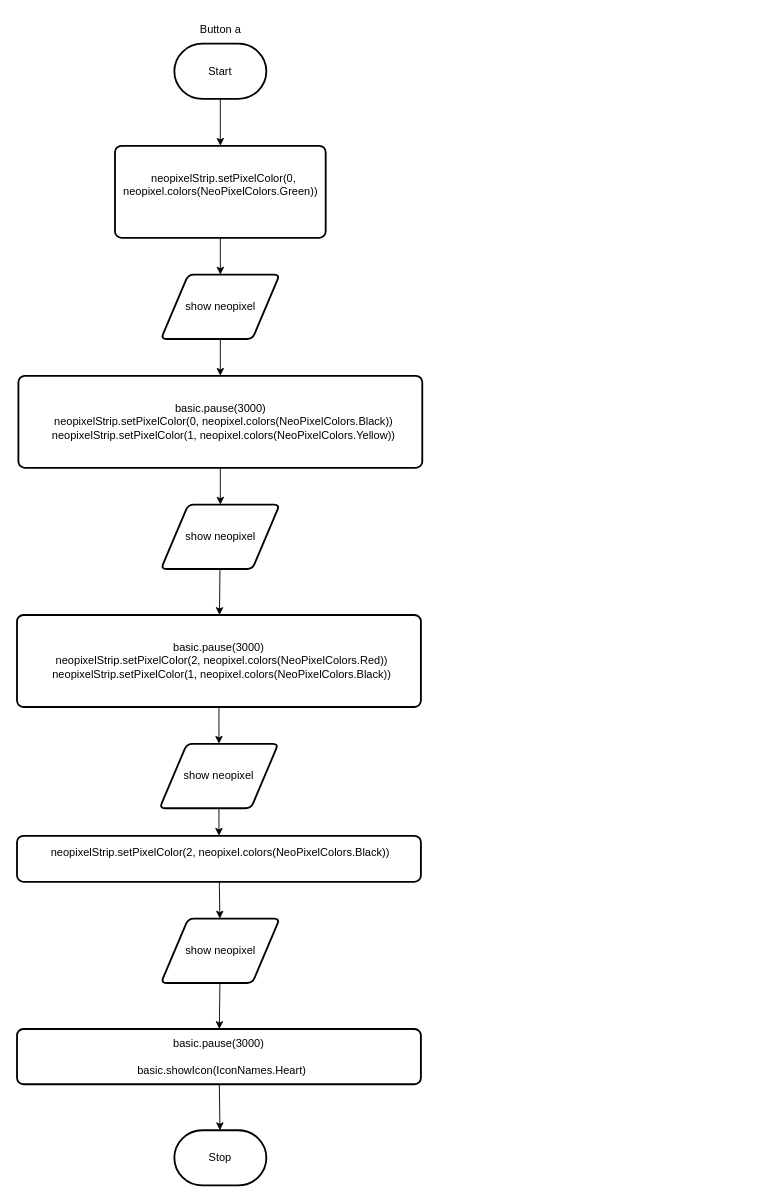
Above: design/flowchart.drawio in MTHS-TEJ2O-1-2023/TEJ2O-Unit-5-05-sophie-nguyen-0 (draw.io), before the change. Source tidied: cells renumbered, new cells numbered last; positions are measured from the earlier drawing's top-left corner, leaving out a move shared by most shapes. Both pictures are drawn from the tidied source at 92%, with x=0, y=0 at pixel (17, 16).
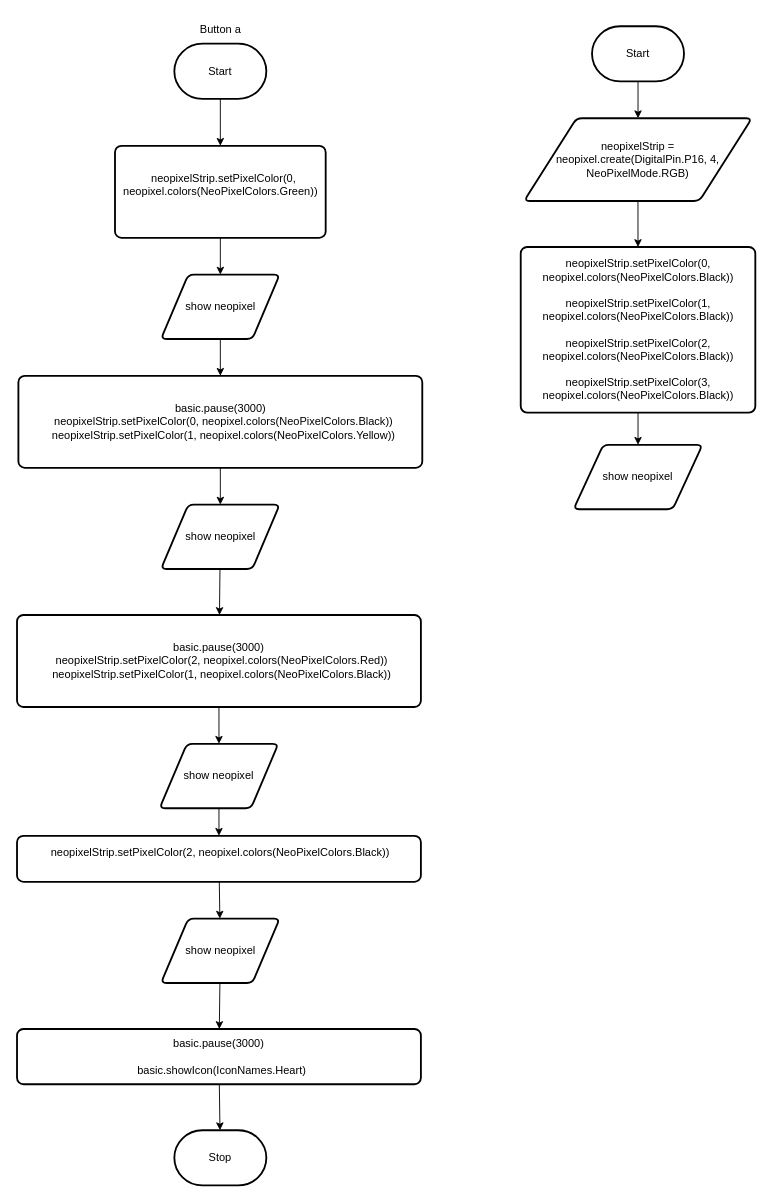
Above is the later version.

What changed in the source:
```diff
@@
+    <mxCell id="24" style="edgeStyle=none;html=1;" parent="1" edge="1" source="25">
+      <mxGeometry relative="1" as="geometry">
+        <mxPoint x="675" y="111" as="targetPoint" />
+      </mxGeometry>
+    </mxCell>
+    <mxCell id="25" value="Start" style="strokeWidth=2;html=1;shape=mxgraph.flowchart.terminator;whiteSpace=wrap;" parent="1" vertex="1">
+      <mxGeometry x="625" y="11" width="100" height="60" as="geometry" />
+    </mxCell>
+    <mxCell id="26" style="edgeStyle=none;html=1;" parent="1" edge="1" source="27" target="29">
+      <mxGeometry relative="1" as="geometry" />
+    </mxCell>
+    <mxCell id="27" value="neopixelStrip = neopixel.create(DigitalPin.P16, 4, NeoPixelMode.RGB)" style="shape=parallelogram;html=1;strokeWidth=2;perimeter=parallelogramPerimeter;whiteSpace=wrap;rounded=1;arcSize=12;size=0.23;" parent="1" vertex="1">
+      <mxGeometry x="551.2" y="111" width="247.5" height="90" as="geometry" />
+    </mxCell>
+    <mxCell id="28" style="edgeStyle=none;html=1;" parent="1" edge="1" source="29" target="30">
+      <mxGeometry relative="1" as="geometry" />
+    </mxCell>
+    <mxCell id="29" value="&lt;div class=&quot;custom-cursor-default-hover&quot;&gt;neopixelStrip.setPixelColor(0, neopixel.colors(NeoPixelColors.Black))&lt;/div&gt;&lt;div class=&quot;custom-cursor-default-hover&quot;&gt;&lt;br&gt;&lt;/div&gt;&lt;div class=&quot;custom-cursor-default-hover&quot;&gt;neopixelStrip.setPixelColor(1, neopixel.colors(NeoPixelColors.Black))&lt;/div&gt;&lt;div class=&quot;custom-cursor-default-hover&quot;&gt;&lt;br&gt;&lt;/div&gt;&lt;div class=&quot;custom-cursor-default-hover&quot;&gt;neopixelStrip.setPixelColor(2, neopixel.colors(NeoPixelColors.Black))&lt;/div&gt;&lt;div class=&quot;custom-cursor-default-hover&quot;&gt;&lt;br&gt;&lt;/div&gt;&lt;div class=&quot;custom-cursor-default-hover&quot;&gt;neopixelStrip.setPixelColor(3, neopixel.colors(NeoPixelColors.Black))&lt;/div&gt;" style="rounded=1;whiteSpace=wrap;html=1;absoluteArcSize=1;arcSize=14;strokeWidth=2;" parent="1" vertex="1">
+      <mxGeometry x="547.5" y="251" width="255" height="180" as="geometry" />
+    </mxCell>
+    <mxCell id="30" value="show neopixel" style="shape=parallelogram;html=1;strokeWidth=2;perimeter=parallelogramPerimeter;whiteSpace=wrap;rounded=1;arcSize=12;size=0.23;" parent="1" vertex="1">
+      <mxGeometry x="605" y="466" width="140" height="70" as="geometry" />
+    </mxCell>
```
